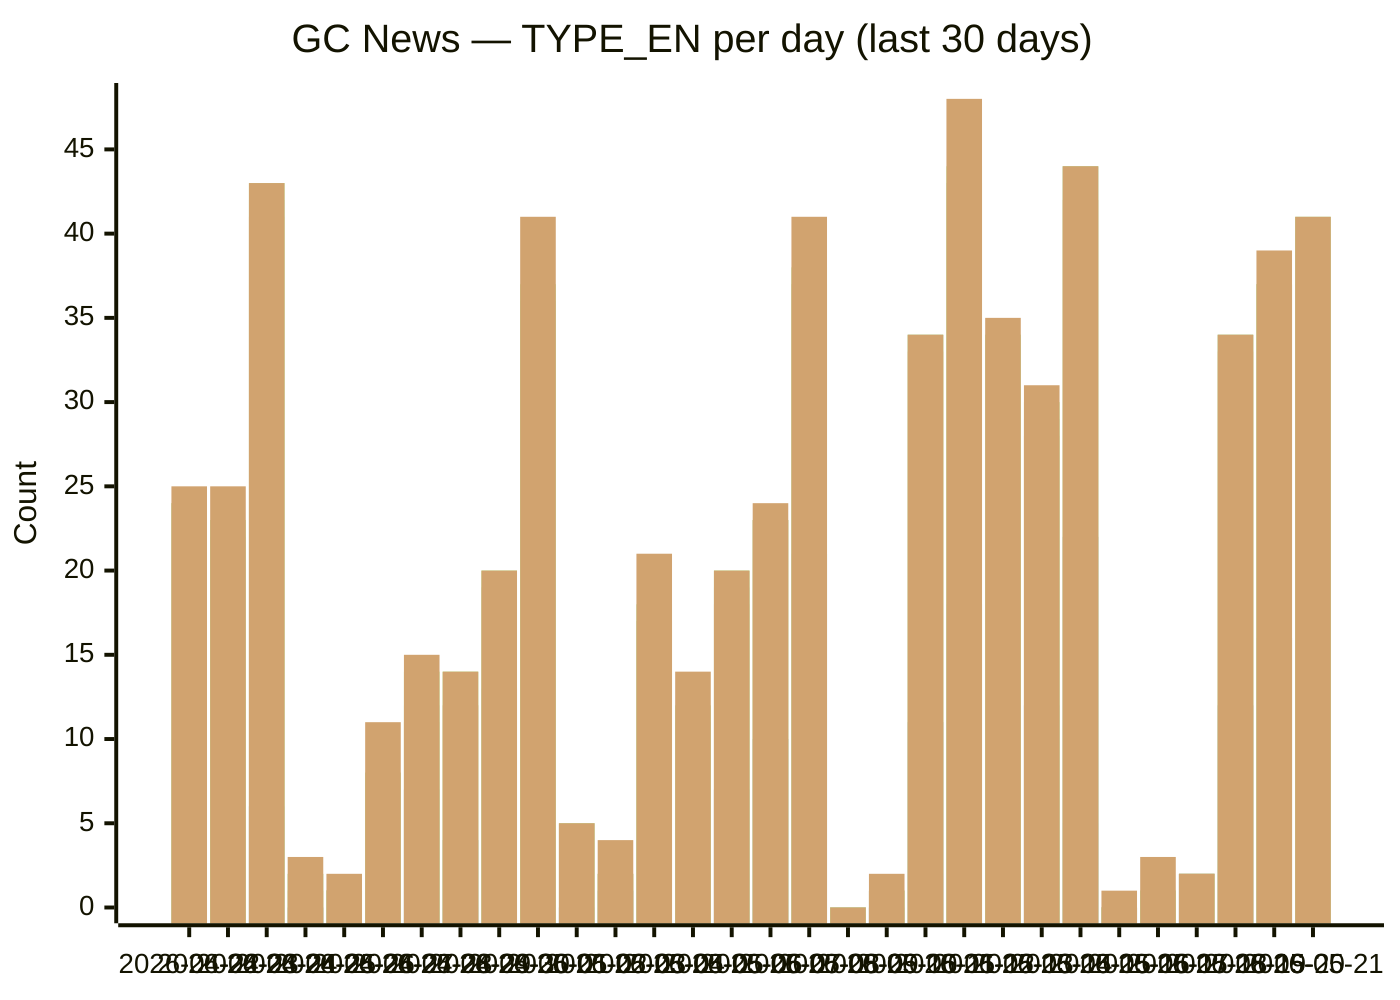
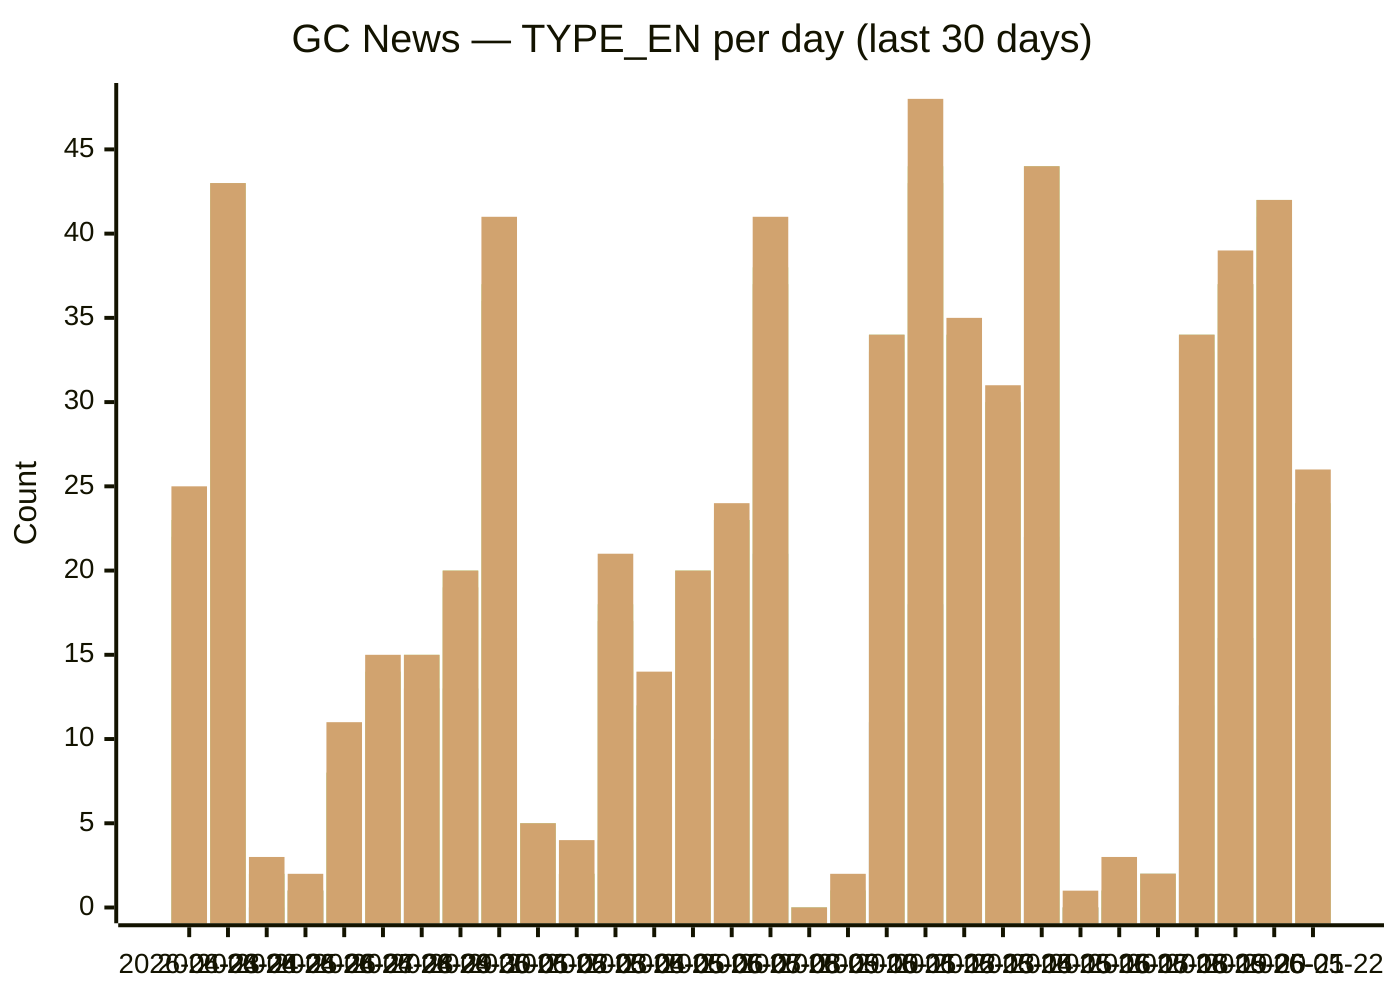
xychart-beta
  title "GC News — TYPE_EN per day (last 30 days)"
-   x-axis [2026-04-22, 2026-04-23, 2026-04-24, 2026-04-25, 2026-04-26, 2026-04-27, 2026-04-28, 2026-04-29, 2026-04-30, 2026-05-01, 2026-05-02, 2026-05-03, 2026-05-04, 2026-05-05, 2026-05-06, 2026-05-07, 2026-05-08, 2026-05-09, 2026-05-10, 2026-05-11, 2026-05-12, 2026-05-13, 2026-05-14, 2026-05-15, 2026-05-16, 2026-05-17, 2026-05-18, 2026-05-19, 2026-05-20, 2026-05-21]
+   x-axis [2026-04-23, 2026-04-24, 2026-04-25, 2026-04-26, 2026-04-27, 2026-04-28, 2026-04-29, 2026-04-30, 2026-05-01, 2026-05-02, 2026-05-03, 2026-05-04, 2026-05-05, 2026-05-06, 2026-05-07, 2026-05-08, 2026-05-09, 2026-05-10, 2026-05-11, 2026-05-12, 2026-05-13, 2026-05-14, 2026-05-15, 2026-05-16, 2026-05-17, 2026-05-18, 2026-05-19, 2026-05-20, 2026-05-21, 2026-05-22]
  y-axis "Count" 0 --> 48
-   bar backgrounders [2, 1, 5, 0, 0, 1, 1, 0, 1, 1, 0, 0, 2, 1, 2, 0, 5, 0, 0, 2, 6, 2, 4, 5, 0, 0, 0, 1, 1, 3]
-   bar "media advisories" [10, 13, 6, 0, 1, 1, 7, 4, 13, 16, 0, 1, 4, 6, 7, 10, 21, 0, 0, 11, 18, 12, 12, 22, 0, 0, 2, 12, 16, 9]
-   bar "news releases" [24, 22, 41, 1, 1, 8, 11, 12, 19, 36, 5, 2, 17, 10, 18, 23, 37, 0, 1, 33, 43, 31, 28, 42, 0, 1, 2, 33, 37, 37]
-   bar readouts [24, 22, 42, 2, 1, 8, 12, 12, 19, 36, 5, 2, 17, 11, 19, 23, 37, 0, 1, 34, 43, 34, 29, 44, 0, 1, 2, 34, 37, 40]
-   bar speeches [24, 23, 43, 2, 1, 8, 14, 14, 20, 37, 5, 2, 18, 12, 20, 23, 38, 0, 1, 34, 44, 34, 30, 44, 0, 1, 2, 34, 37, 41]
-   bar statements [25, 25, 43, 3, 2, 11, 15, 14, 20, 41, 5, 4, 21, 14, 20, 24, 41, 0, 2, 34, 48, 35, 31, 44, 1, 3, 2, 34, 39, 41]
+   bar backgrounders [1, 5, 0, 0, 1, 1, 0, 1, 1, 0, 0, 2, 1, 2, 0, 5, 0, 0, 2, 6, 2, 4, 5, 0, 0, 0, 1, 1, 3, 3]
+   bar "media advisories" [13, 6, 0, 1, 1, 7, 4, 13, 16, 0, 1, 4, 6, 7, 10, 21, 0, 0, 11, 18, 12, 12, 22, 0, 0, 2, 12, 16, 10, 9]
+   bar "news releases" [22, 41, 1, 1, 8, 11, 13, 19, 36, 5, 2, 17, 10, 18, 23, 37, 0, 1, 33, 43, 31, 28, 42, 0, 1, 2, 33, 37, 38, 23]
+   bar readouts [22, 42, 2, 1, 8, 12, 13, 19, 36, 5, 2, 17, 11, 19, 23, 37, 0, 1, 34, 43, 34, 29, 44, 0, 1, 2, 34, 37, 41, 23]
+   bar speeches [23, 43, 2, 1, 8, 14, 15, 20, 37, 5, 2, 18, 12, 20, 23, 38, 0, 1, 34, 44, 34, 30, 44, 0, 1, 2, 34, 37, 42, 24]
+   bar statements [25, 43, 3, 2, 11, 15, 15, 20, 41, 5, 4, 21, 14, 20, 24, 41, 0, 2, 34, 48, 35, 31, 44, 1, 3, 2, 34, 39, 42, 26]
